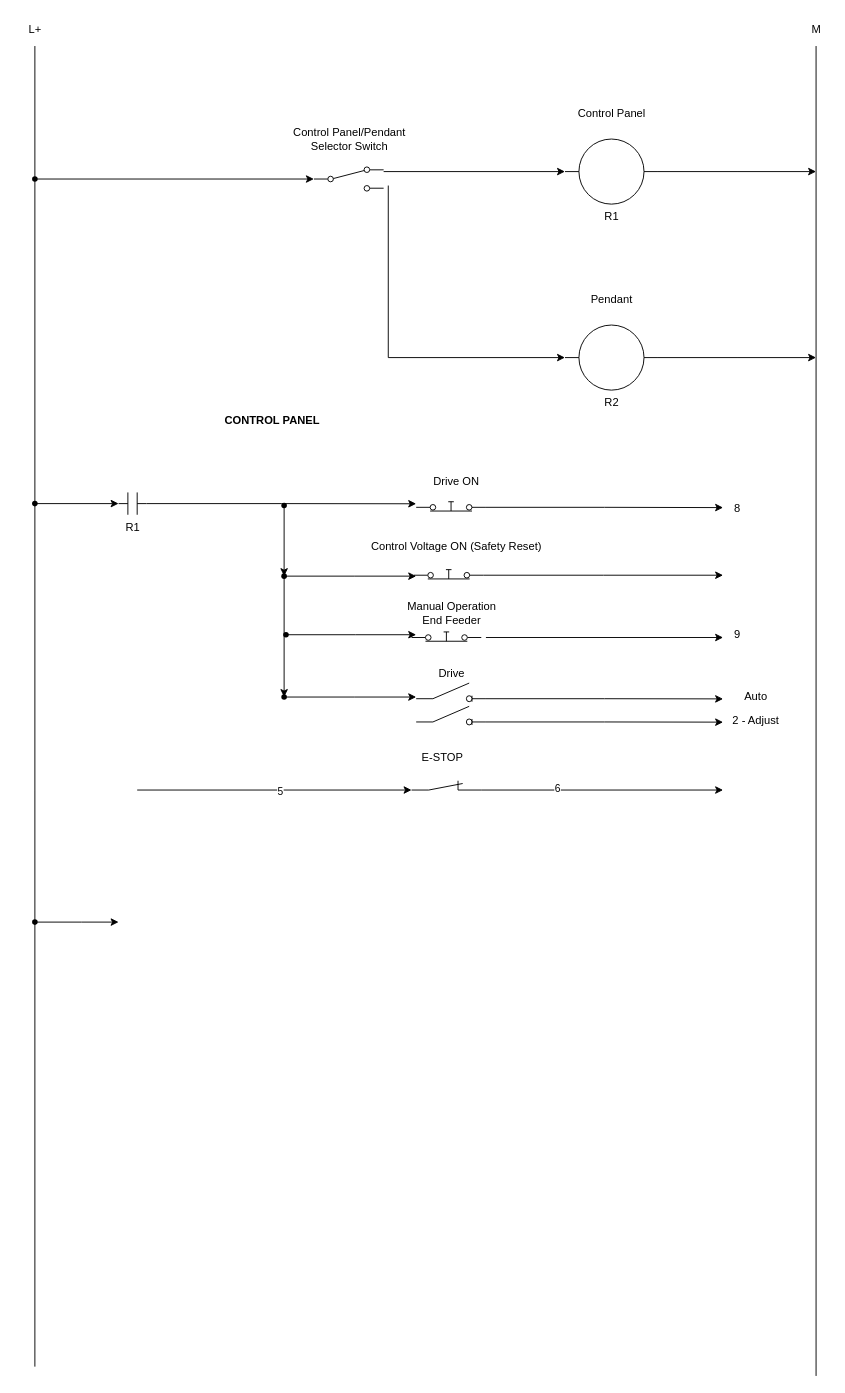
Above: 176 Pendant.drawio in nicholas-carnie/Nicks-files (draw.io), before the change. Source tidied: cells renumbered, new cells numbered last; positions are measured from the earlier drawing's top-left corner, leaving out a move shared by most shapes. Both pictures are drawn from the tidied source at 93%, with x=0, y=0 at pixel (16, 16).
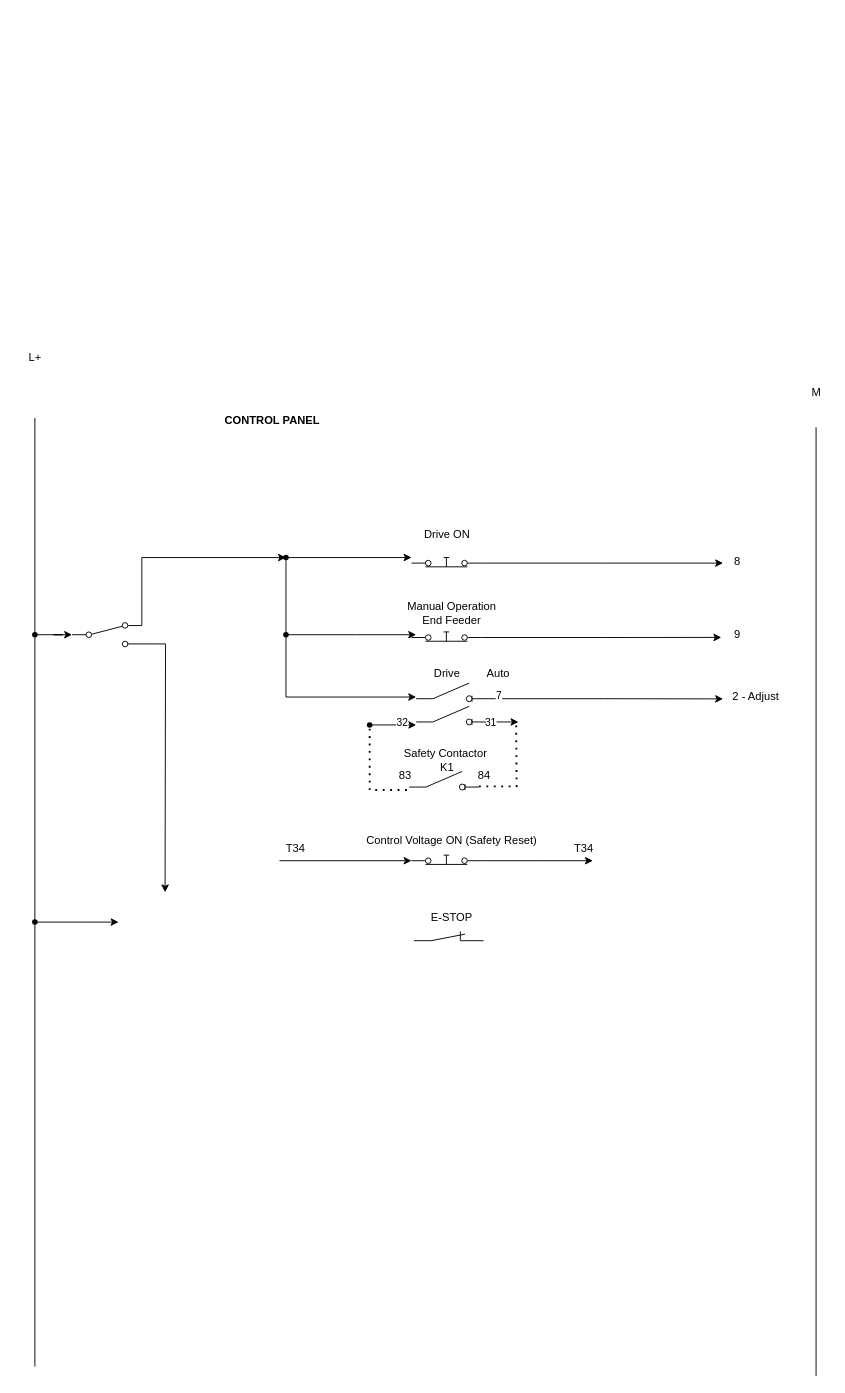
Above is the later version.

The change refers to these unchanged cells:
```xml
<mxCell id="45" style="edgeStyle=orthogonalEdgeStyle;rounded=0;jettySize=auto;html=1;exitX=1;exitY=0.84;exitDx=0;exitDy=0;" parent="1" edge="1" source="46">
  <mxGeometry relative="1" as="geometry">
    <mxPoint x="760" y="734" as="targetPoint" />
  </mxGeometry>
</mxCell>
<mxCell id="48" style="html=1;shape=mxgraph.electrical.electro-mechanical.switchDisconnector;elSwitchState=off;" parent="1" vertex="1">
  <mxGeometry x="430" y="742" width="75" height="20" as="geometry" />
</mxCell>
<mxCell id="49" style="html=1;shape=mxgraph.electrical.electro-mechanical.pushbutton;elSwitchState=on;" parent="1" vertex="1">
  <mxGeometry x="425" y="652" width="75" height="20" as="geometry" />
</mxCell>
<mxCell id="51" value="9" style="text;html=1;align=center;verticalAlign=middle;points=[];strokeColor=none;fillColor=none;" parent="1" vertex="1">
  <mxGeometry x="760" y="650" width="30" height="30" as="geometry" />
</mxCell>
```

Change to the diagram source:
```diff
@@
-    <mxCell id="2" style="edgeStyle=orthogonalEdgeStyle;rounded=0;jettySize=auto;html=1;" parent="1" edge="1" source="3">
-      <mxGeometry relative="1" as="geometry">
-        <mxPoint x="860" y="167" as="targetPoint" />
-      </mxGeometry>
-    </mxCell>
-    <mxCell id="3" value="R1" style="verticalLabelPosition=bottom;shadow=0;dashed=0;align=center;html=1;verticalAlign=top;shape=mxgraph.electrical.electro-mechanical.relay_coil_2;" parent="1" vertex="1">
-      <mxGeometry x="590" y="132" width="100" height="70" as="geometry" />
-    </mxCell>
-    <mxCell id="4" style="edgeStyle=orthogonalEdgeStyle;rounded=0;jettySize=auto;html=1;" parent="1" edge="1" source="5">
-      <mxGeometry relative="1" as="geometry">
-        <mxPoint x="860" y="367" as="targetPoint" />
-      </mxGeometry>
-    </mxCell>
-    <mxCell id="5" value="R2" style="verticalLabelPosition=bottom;shadow=0;dashed=0;align=center;html=1;verticalAlign=top;shape=mxgraph.electrical.electro-mechanical.relay_coil_2;" parent="1" vertex="1">
-      <mxGeometry x="590" y="332" width="100" height="70" as="geometry" />
-    </mxCell>
-    <mxCell id="6" value="Control Panel" style="text;html=1;align=center;verticalAlign=middle;strokeColor=none;fillColor=none;" parent="1" vertex="1">
-      <mxGeometry x="590" y="90" width="100" height="30" as="geometry" />
-    </mxCell>
-    <mxCell id="7" value="Pendant" style="text;html=1;align=center;verticalAlign=middle;strokeColor=none;fillColor=none;" parent="1" vertex="1">
-      <mxGeometry x="605" y="290" width="70" height="30" as="geometry" />
-    </mxCell>
-    <mxCell id="8" style="endArrow=classic;html=1;rounded=0;entryX=0;entryY=0.5;entryDx=0;entryDy=0;entryPerimeter=0;" parent="1" edge="1" target="3">
-      <mxGeometry relative="1" as="geometry">
-        <mxPoint x="395" y="167" as="sourcePoint" />
-      </mxGeometry>
-    </mxCell>
-    <mxCell id="9" style="endArrow=classic;html=1;rounded=0;entryX=0;entryY=0.5;entryDx=0;entryDy=0;entryPerimeter=0;" parent="1" edge="1" target="5">
-      <mxGeometry relative="1" as="geometry">
-        <mxPoint x="400" y="182" as="sourcePoint" />
-        <Array as="points">
-          <mxPoint x="400" y="367" />
-        </Array>
-      </mxGeometry>
-    </mxCell>
-    <mxCell id="10" value="Control Panel/Pendant&lt;div&gt;Selector Switch&lt;/div&gt;" style="text;html=1;align=center;verticalAlign=middle;strokeColor=none;fillColor=none;" parent="1" vertex="1">
-      <mxGeometry x="287.5" y="112" width="140" height="40" as="geometry" />
-    </mxCell>
     <mxCell id="11" style="endArrow=none;html=1;rounded=0;" parent="1" edge="1">
       <mxGeometry relative="1" as="geometry">
         <mxPoint x="860" y="1462" as="sourcePoint" />
-        <mxPoint x="860" y="32" as="targetPoint" />
+        <mxPoint x="860" y="442" as="targetPoint" />
       </mxGeometry>
     </mxCell>
-    <mxCell id="12" style="edgeStyle=orthogonalEdgeStyle;rounded=0;jettySize=auto;html=1;exitX=1;exitY=0.8;exitDx=0;exitDy=0;" parent="1" edge="1" source="13">
-      <mxGeometry relative="1" as="geometry">
-        <mxPoint x="760" y="528.3" as="targetPoint" />
-      </mxGeometry>
-    </mxCell>
+    <mxCell id="59" style="edgeStyle=orthogonalEdgeStyle;rounded=0;jettySize=auto;html=1;exitX=1;exitY=0.8;exitDx=0;exitDy=0;" parent="1" edge="1" source="13">
+      <mxGeometry relative="1" as="geometry">
+        <mxPoint x="760" y="588" as="targetPoint" />
+      </mxGeometry>
+    </mxCell>
     <mxCell id="13" style="html=1;shape=mxgraph.electrical.electro-mechanical.pushbutton;elSwitchState=on;" parent="1" vertex="1">
-      <mxGeometry x="430" y="512" width="75" height="20" as="geometry" />
+      <mxGeometry x="425" y="572" width="75" height="20" as="geometry" />
     </mxCell>
-    <mxCell id="14" style="edgeStyle=orthogonalEdgeStyle;rounded=0;jettySize=auto;html=1;exitX=1;exitY=0.8;exitDx=0;exitDy=0;" parent="1" edge="1" source="15">
-      <mxGeometry relative="1" as="geometry">
-        <mxPoint x="760" y="601" as="targetPoint" />
-      </mxGeometry>
-    </mxCell>
+    <mxCell id="60" style="edgeStyle=orthogonalEdgeStyle;rounded=0;jettySize=auto;html=1;exitX=1;exitY=0.8;exitDx=0;exitDy=0;" parent="1" edge="1" source="15">
+      <mxGeometry relative="1" as="geometry">
+        <mxPoint x="620" y="908" as="targetPoint" />
+      </mxGeometry>
+    </mxCell>
     <mxCell id="15" style="html=1;shape=mxgraph.electrical.electro-mechanical.pushbutton;elSwitchState=on;" parent="1" vertex="1">
-      <mxGeometry x="427.5" y="585" width="75" height="20" as="geometry" />
+      <mxGeometry x="425" y="892" width="75" height="20" as="geometry" />
     </mxCell>
+    <mxCell id="61" style="edgeStyle=orthogonalEdgeStyle;rounded=0;jettySize=auto;html=1;exitX=1;exitY=0.88;exitDx=0;exitDy=0;" parent="1" edge="1" source="16">
+      <mxGeometry relative="1" as="geometry">
+        <mxPoint x="160" y="942" as="targetPoint" />
+      </mxGeometry>
+    </mxCell>
     <mxCell id="16" style="html=1;shape=mxgraph.electrical.electro-mechanical.twoWaySwitch;elSwitchState=2;" parent="1" vertex="1">
-      <mxGeometry x="320" y="162" width="75" height="26" as="geometry" />
+      <mxGeometry x="60" y="652" width="75" height="26" as="geometry" />
     </mxCell>
-    <mxCell id="17" style="edgeStyle=orthogonalEdgeStyle;rounded=0;jettySize=auto;html=1;exitX=1;exitY=0.5;exitDx=0;exitDy=0;exitPerimeter=0;" parent="1" edge="1" source="18">
-      <mxGeometry relative="1" as="geometry">
-        <mxPoint x="430" y="524.2" as="targetPoint" />
-      </mxGeometry>
-    </mxCell>
-    <mxCell id="18" value="R1" style="verticalLabelPosition=bottom;shadow=0;dashed=0;align=center;html=1;verticalAlign=top;shape=mxgraph.electrical.electro-mechanical.relay_contacts;" parent="1" vertex="1">
-      <mxGeometry x="110" y="512" width="30" height="24" as="geometry" />
-    </mxCell>
-    <mxCell id="19" style="edgeStyle=orthogonalEdgeStyle;rounded=0;jettySize=auto;html=1;" parent="1" edge="1" source="25" target="21">
-      <mxGeometry relative="1" as="geometry" />
-    </mxCell>
-    <mxCell id="20" style="edgeStyle=orthogonalEdgeStyle;rounded=0;jettySize=auto;html=1;" parent="1" edge="1" source="21">
-      <mxGeometry relative="1" as="geometry">
-        <mxPoint x="430" y="732" as="targetPoint" />
-      </mxGeometry>
-    </mxCell>
-    <mxCell id="21" style="shape=waypoint;sketch=0;fillStyle=solid;size=6;points=[];fillColor=none;perimeter=centerPerimeter;snapToPoint=1;" parent="1" vertex="1">
-      <mxGeometry x="278" y="722" width="20" height="20" as="geometry" />
-    </mxCell>
@@
-    <mxCell id="24" style="edgeStyle=orthogonalEdgeStyle;rounded=0;jettySize=auto;html=1;" parent="1" edge="1" source="25">
-      <mxGeometry relative="1" as="geometry">
-        <mxPoint x="430" y="602" as="targetPoint" />
-      </mxGeometry>
-    </mxCell>
-    <mxCell id="25" style="shape=waypoint;sketch=0;fillStyle=solid;size=6;points=[];fillColor=none;perimeter=centerPerimeter;snapToPoint=1;" parent="1" vertex="1">
-      <mxGeometry x="278" y="592" width="20" height="20" as="geometry" />
-    </mxCell>
+    <mxCell id="62" style="edgeStyle=orthogonalEdgeStyle;rounded=0;jettySize=auto;html=1;" parent="1" edge="1" source="26" target="13">
+      <mxGeometry relative="1" as="geometry" />
+    </mxCell>
+    <mxCell id="63" style="edgeStyle=orthogonalEdgeStyle;rounded=0;jettySize=auto;html=1;" parent="1" edge="1" source="26">
+      <mxGeometry relative="1" as="geometry">
+        <mxPoint x="430" y="732" as="targetPoint" />
+        <Array as="points">
+          <mxPoint x="290" y="732" />
+          <mxPoint x="341" y="732" />
+        </Array>
+      </mxGeometry>
+    </mxCell>
     <mxCell id="26" style="shape=waypoint;sketch=0;fillStyle=solid;size=6;points=[];fillColor=none;perimeter=centerPerimeter;snapToPoint=1;" parent="1" vertex="1">
-      <mxGeometry x="278" y="516" width="20" height="20" as="geometry" />
+      <mxGeometry x="280" y="572" width="20" height="20" as="geometry" />
     </mxCell>
-    <mxCell id="27" style="edgeStyle=orthogonalEdgeStyle;rounded=0;jettySize=auto;html=1;entryX=0.408;entryY=0.108;entryDx=0;entryDy=0;entryPerimeter=0;" parent="1" edge="1" source="26" target="25">
-      <mxGeometry relative="1" as="geometry" />
-    </mxCell>
     <mxCell id="28" value="Drive ON" style="text;html=1;align=center;verticalAlign=middle;strokeColor=none;fillColor=none;" parent="1" vertex="1">
-      <mxGeometry x="437.5" y="486" width="70" height="30" as="geometry" />
+      <mxGeometry x="427.5" y="542" width="70" height="30" as="geometry" />
     </mxCell>
@@
     <mxCell id="30" value="Drive" style="text;html=1;align=center;verticalAlign=middle;strokeColor=none;fillColor=none;" parent="1" vertex="1">
-      <mxGeometry x="442.5" y="692" width="50" height="30" as="geometry" />
+      <mxGeometry x="437.5" y="692" width="50" height="30" as="geometry" />
     </mxCell>
-    <mxCell id="31" style="endArrow=none;html=1;rounded=0;" parent="1" edge="1">
+    <mxCell id="31" style="endArrow=none;html=1;rounded=0;" parent="1" edge="1" source="70">
       <mxGeometry relative="1" as="geometry">
-        <mxPoint x="20" y="832" as="sourcePoint" />
-        <mxPoint x="20" y="32" as="targetPoint" />
+        <mxPoint x="20" y="432" as="targetPoint" />
       </mxGeometry>
     </mxCell>
     <mxCell id="32" value="L+" style="text;html=1;align=center;verticalAlign=middle;strokeColor=none;fillColor=none;" parent="1" vertex="1">
-      <mxGeometry width="40" height="30" as="geometry" />
+      <mxGeometry y="352" width="40" height="30" as="geometry" />
     </mxCell>
     <mxCell id="33" value="M" style="text;html=1;align=center;verticalAlign=middle;strokeColor=none;fillColor=none;" parent="1" vertex="1">
-      <mxGeometry x="845" width="30" height="30" as="geometry" />
+      <mxGeometry x="845" y="390" width="30" height="30" as="geometry" />
     </mxCell>
-    <mxCell id="34" style="edgeStyle=orthogonalEdgeStyle;rounded=0;jettySize=auto;html=1;entryX=0;entryY=0.5;entryDx=0;entryDy=0;" parent="1" edge="1" source="35" target="16">
-      <mxGeometry relative="1" as="geometry" />
-    </mxCell>
-    <mxCell id="35" style="shape=waypoint;sketch=0;fillStyle=solid;size=6;points=[];fillColor=none;perimeter=centerPerimeter;snapToPoint=1;" parent="1" vertex="1">
-      <mxGeometry x="10" y="165" width="20" height="20" as="geometry" />
-    </mxCell>
-    <mxCell id="36" style="shape=waypoint;sketch=0;fillStyle=solid;size=6;points=[];fillColor=none;perimeter=centerPerimeter;snapToPoint=1;" parent="1" vertex="1">
-      <mxGeometry x="10" y="514" width="20" height="20" as="geometry" />
-    </mxCell>
-    <mxCell id="37" style="edgeStyle=orthogonalEdgeStyle;rounded=0;jettySize=auto;html=1;entryX=0;entryY=0.5;entryDx=0;entryDy=0;entryPerimeter=0;" parent="1" edge="1" source="36" target="18">
-      <mxGeometry relative="1" as="geometry" />
-    </mxCell>
@@
-    <mxCell id="41" style="edgeStyle=orthogonalEdgeStyle;rounded=0;orthogonalLoop=1;jettySize=auto;html=1;exitX=1;exitY=0.8;exitDx=0;exitDy=0;" parent="1" edge="1">
-      <mxGeometry relative="1" as="geometry">
-        <mxPoint x="505" y="668" as="sourcePoint" />
-        <mxPoint x="760" y="668" as="targetPoint" />
-      </mxGeometry>
-    </mxCell>
     <mxCell id="42" value="8" style="text;html=1;align=center;verticalAlign=middle;strokeColor=none;fillColor=none;" parent="1" vertex="1">
-      <mxGeometry x="760" y="514" width="30" height="30" as="geometry" />
+      <mxGeometry x="760" y="572" width="30" height="30" as="geometry" />
     </mxCell>
     <mxCell id="43" value="2 - Adjust" style="text;html=1;align=center;verticalAlign=middle;strokeColor=none;fillColor=none;" parent="1" vertex="1">
-      <mxGeometry x="760" y="742" width="70" height="30" as="geometry" />
+      <mxGeometry x="760" y="717" width="70" height="30" as="geometry" />
     </mxCell>
     <mxCell id="44" value="Auto" style="text;html=1;align=center;verticalAlign=middle;strokeColor=none;fillColor=none;" parent="1" vertex="1">
-      <mxGeometry x="770" y="717" width="50" height="30" as="geometry" />
+      <mxGeometry x="492.5" y="692" width="50" height="30" as="geometry" />
     </mxCell>
@@
+    <mxCell id="64" value="7" style="edgeLabel;html=1;align=center;verticalAlign=middle;" parent="45" vertex="1">
+      <mxGeometry x="-0.9" y="3" relative="1" as="geometry" />
+    </mxCell>
@@
-    <mxCell id="47" style="edgeStyle=orthogonalEdgeStyle;rounded=0;jettySize=auto;html=1;exitX=1;exitY=0.84;exitDx=0;exitDy=0;" parent="1" edge="1" source="48">
-      <mxGeometry relative="1" as="geometry">
-        <mxPoint x="760" y="759" as="targetPoint" />
-      </mxGeometry>
-    </mxCell>
+    <mxCell id="65" style="edgeStyle=orthogonalEdgeStyle;rounded=0;jettySize=auto;html=1;exitX=1;exitY=0.84;exitDx=0;exitDy=0;" parent="1" edge="1" source="48">
+      <mxGeometry relative="1" as="geometry">
+        <mxPoint x="540" y="759" as="targetPoint" />
+      </mxGeometry>
+    </mxCell>
+    <mxCell id="66" value="31" style="edgeLabel;html=1;align=center;verticalAlign=middle;" parent="65" vertex="1">
+      <mxGeometry x="-0.75" y="-1" relative="1" as="geometry" />
+    </mxCell>
@@
     <mxCell id="50" value="Control Voltage ON (Safety Reset)" style="text;html=1;align=center;verticalAlign=middle;strokeColor=none;fillColor=none;" parent="1" vertex="1">
-      <mxGeometry x="367.5" y="555" width="210" height="30" as="geometry" />
+      <mxGeometry x="362.5" y="872" width="210" height="30" as="geometry" />
     </mxCell>
@@
     <mxCell id="52" style="verticalLabelPosition=bottom;shadow=0;dashed=0;align=center;html=1;verticalAlign=top;shape=mxgraph.electrical.electro-mechanical.break_contact;" parent="1" vertex="1">
-      <mxGeometry x="425" y="822" width="75" height="10" as="geometry" />
+      <mxGeometry x="427.5" y="984" width="75" height="10" as="geometry" />
     </mxCell>
     <mxCell id="53" value="E-STOP" style="text;html=1;align=center;verticalAlign=middle;strokeColor=none;fillColor=none;" parent="1" vertex="1">
-      <mxGeometry x="422.5" y="782" width="70" height="30" as="geometry" />
+      <mxGeometry x="432.5" y="954" width="70" height="30" as="geometry" />
     </mxCell>
@@
-    <mxCell id="55" style="endArrow=classic;html=1;rounded=0;entryX=0;entryY=1;entryDx=0;entryDy=0;entryPerimeter=0;" parent="1" edge="1" target="52">
-      <mxGeometry relative="1" as="geometry">
-        <mxPoint x="130" y="832" as="sourcePoint" />
-      </mxGeometry>
-    </mxCell>
-    <mxCell id="56" value="5" style="edgeLabel;html=1;align=center;verticalAlign=middle;" parent="55" vertex="1">
-      <mxGeometry x="0.04" y="-1" relative="1" as="geometry" />
-    </mxCell>
-    <mxCell id="57" style="endArrow=classic;html=1;rounded=0;" parent="1" edge="1">
-      <mxGeometry relative="1" as="geometry">
-        <mxPoint x="500" y="832" as="sourcePoint" />
-        <mxPoint x="760" y="832" as="targetPoint" />
-      </mxGeometry>
-    </mxCell>
-    <mxCell id="58" value="6" style="edgeLabel;html=1;align=center;verticalAlign=middle;" parent="57" vertex="1">
-      <mxGeometry x="-0.38" y="2" relative="1" as="geometry" />
-    </mxCell>
+    <mxCell id="67" style="edgeStyle=orthogonalEdgeStyle;rounded=0;jettySize=auto;html=1;exitX=1;exitY=0.12;exitDx=0;exitDy=0;entryX=0.041;entryY=0.387;entryDx=0;entryDy=0;entryPerimeter=0;" parent="1" edge="1" source="16" target="26">
+      <mxGeometry relative="1" as="geometry">
+        <Array as="points">
+          <mxPoint x="135" y="582" />
+        </Array>
+      </mxGeometry>
+    </mxCell>
+    <mxCell id="68" style="endArrow=none;html=1;rounded=0;" parent="1" edge="1" target="70">
+      <mxGeometry relative="1" as="geometry">
+        <mxPoint x="20" y="832" as="sourcePoint" />
+      </mxGeometry>
+    </mxCell>
+    <mxCell id="69" style="edgeStyle=orthogonalEdgeStyle;rounded=0;jettySize=auto;html=1;entryX=0;entryY=0.5;entryDx=0;entryDy=0;" parent="1" edge="1" source="70" target="16">
+      <mxGeometry relative="1" as="geometry" />
+    </mxCell>
+    <mxCell id="70" style="shape=waypoint;sketch=0;fillStyle=solid;size=6;points=[];fillColor=none;perimeter=centerPerimeter;snapToPoint=1;" parent="1" vertex="1">
+      <mxGeometry x="10" y="655" width="20" height="20" as="geometry" />
+    </mxCell>
+    <mxCell id="71" style="edgeStyle=orthogonalEdgeStyle;rounded=0;jettySize=auto;html=1;exitX=1;exitY=0.8;exitDx=0;exitDy=0;entryX=-0.063;entryY=0.597;entryDx=0;entryDy=0;entryPerimeter=0;" parent="1" edge="1" source="49" target="51">
+      <mxGeometry relative="1" as="geometry" />
+    </mxCell>
+    <mxCell id="72" value="Safety Contactor&amp;nbsp;&lt;div&gt;K1&lt;/div&gt;" style="text;html=1;align=center;verticalAlign=middle;strokeColor=none;fillColor=none;" parent="1" vertex="1">
+      <mxGeometry x="402.5" y="780" width="120" height="40" as="geometry" />
+    </mxCell>
+    <mxCell id="73" style="endArrow=classic;html=1;rounded=0;exitX=0.223;exitY=0.523;exitDx=0;exitDy=0;exitPerimeter=0;" parent="1" edge="1" source="75">
+      <mxGeometry relative="1" as="geometry">
+        <mxPoint x="430" y="762" as="targetPoint" />
+      </mxGeometry>
+    </mxCell>
+    <mxCell id="74" value="32" style="edgeLabel;html=1;align=center;verticalAlign=middle;" parent="73" vertex="1">
+      <mxGeometry x="0.37" y="3" relative="1" as="geometry" />
+    </mxCell>
+    <mxCell id="75" style="shape=waypoint;sketch=0;fillStyle=solid;size=6;points=[];fillColor=none;perimeter=centerPerimeter;snapToPoint=1;" parent="1" vertex="1">
+      <mxGeometry x="370" y="752" width="20" height="20" as="geometry" />
+    </mxCell>
+    <mxCell id="76" style="html=1;shape=mxgraph.electrical.electro-mechanical.switchDisconnector;elSwitchState=off;" parent="1" vertex="1">
+      <mxGeometry x="422.5" y="812" width="75" height="20" as="geometry" />
+    </mxCell>
+    <mxCell id="77" style="endArrow=none;dashed=1;html=1;dashPattern=1 3;strokeWidth=2;rounded=0;" parent="1" edge="1">
+      <mxGeometry relative="1" as="geometry">
+        <mxPoint x="497.5" y="828" as="sourcePoint" />
+        <mxPoint x="537.5" y="760" as="targetPoint" />
+        <Array as="points">
+          <mxPoint x="538" y="828" />
+        </Array>
+      </mxGeometry>
+    </mxCell>
+    <mxCell id="78" style="endArrow=none;dashed=1;html=1;dashPattern=1 3;strokeWidth=2;rounded=0;" parent="1" edge="1">
+      <mxGeometry relative="1" as="geometry">
+        <mxPoint x="420" y="832" as="sourcePoint" />
+        <mxPoint x="380" y="762" as="targetPoint" />
+        <Array as="points">
+          <mxPoint x="380" y="832" />
+        </Array>
+      </mxGeometry>
+    </mxCell>
+    <mxCell id="79" value="83" style="text;html=1;align=center;verticalAlign=middle;strokeColor=none;fillColor=none;" parent="1" vertex="1">
+      <mxGeometry x="397.5" y="802" width="40" height="30" as="geometry" />
+    </mxCell>
+    <mxCell id="80" value="84" style="text;html=1;align=center;verticalAlign=middle;strokeColor=none;fillColor=none;" parent="1" vertex="1">
+      <mxGeometry x="482.5" y="802" width="40" height="30" as="geometry" />
+    </mxCell>
+    <mxCell id="81" style="endArrow=classic;html=1;rounded=0;entryX=0;entryY=0.8;entryDx=0;entryDy=0;" parent="1" edge="1" target="15">
+      <mxGeometry relative="1" as="geometry">
+        <mxPoint x="283" y="908" as="sourcePoint" />
+      </mxGeometry>
+    </mxCell>
+    <mxCell id="82" value="T34" style="text;html=1;align=center;verticalAlign=middle;strokeColor=none;fillColor=none;" parent="1" vertex="1">
+      <mxGeometry x="280" y="880" width="40" height="30" as="geometry" />
+    </mxCell>
+    <mxCell id="83" value="T34" style="text;html=1;align=center;verticalAlign=middle;strokeColor=none;fillColor=none;" parent="1" vertex="1">
+      <mxGeometry x="590" y="880" width="40" height="30" as="geometry" />
+    </mxCell>
```
